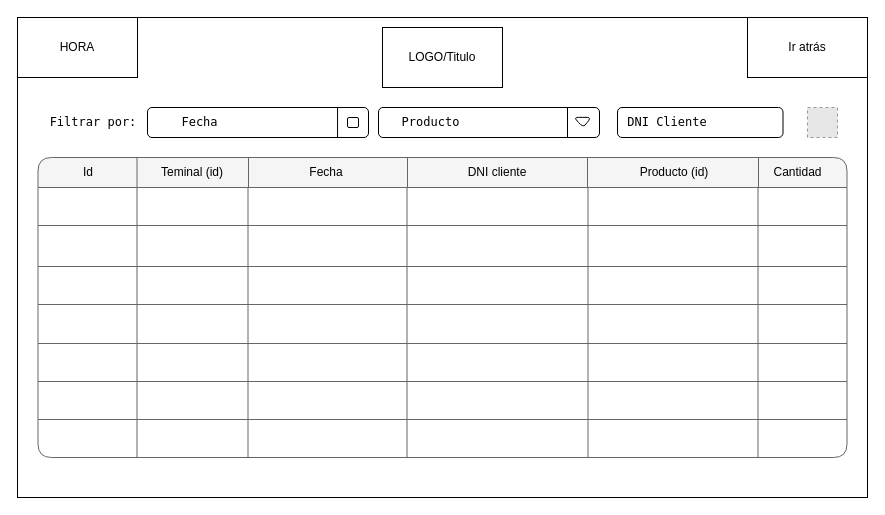
This is page "Historial transacciones" (2 of 4) of docs/UI_PR_CLI.drawio from Universidad-Europea/PharmSquare, a draw.io file, before an edit. Source tidied: cells renumbered, new cells numbered last; positions are measured from the earlier drawing's top-left corner, leaving out a move shared by most shapes. Both pictures are drawn from the tidied source at 100%, with x=0, y=0 at pixel (17, 17). Pictures stored in the file or linked from it are replaced by grey dashed boxes.
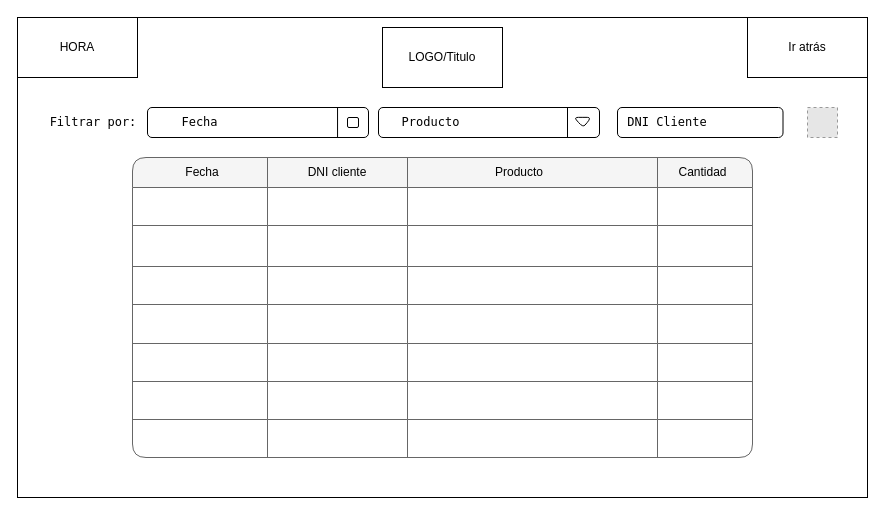
The same diagram, later.

What changed in the source:
```diff
@@
     <mxCell id="6" style="shape=table;startSize=30;childLayout=tableLayout;fontStyle=1;align=center;rounded=1;fontColor=#333333;strokeColor=#666666;strokeWidth=1;fillColor=#f5f5f5;" parent="1" vertex="1">
-      <mxGeometry x="20.5" y="140" width="809" height="300" as="geometry" />
+      <mxGeometry x="115" y="140" width="620" height="300" as="geometry" />
     </mxCell>
     <mxCell id="7" style="shape=tableRow;horizontal=0;startSize=0;swimlaneHead=0;swimlaneBody=0;top=0;left=0;bottom=0;right=0;fillColor=none;rounded=1;fontColor=#000000;strokeColor=#000000;strokeWidth=1;" parent="6" vertex="1">
-      <mxGeometry y="30" width="809" height="38" as="geometry" />
+      <mxGeometry y="30" width="620" height="38" as="geometry" />
     </mxCell>
     <mxCell id="8" style="shape=partialRectangle;html=1;whiteSpace=wrap;fillColor=none;top=0;left=0;bottom=0;right=0;overflow=hidden;rounded=1;fontColor=#000000;strokeColor=#000000;strokeWidth=1;" parent="7" vertex="1">
-      <mxGeometry width="99" height="38" as="geometry" />
+      <mxGeometry width="135" height="38" as="geometry" />
     </mxCell>
     <mxCell id="9" style="shape=partialRectangle;html=1;whiteSpace=wrap;fillColor=none;top=0;left=0;bottom=0;right=0;overflow=hidden;rounded=1;fontColor=#000000;strokeColor=#000000;strokeWidth=1;" parent="7" vertex="1">
-      <mxGeometry x="99" width="111" height="38" as="geometry" />
+      <mxGeometry x="135" width="140" height="38" as="geometry" />
     </mxCell>
     <mxCell id="10" style="shape=partialRectangle;html=1;whiteSpace=wrap;fillColor=none;top=0;left=0;bottom=0;right=0;overflow=hidden;rounded=1;fontColor=#000000;strokeColor=#000000;strokeWidth=1;" parent="7" vertex="1">
-      <mxGeometry x="210" width="159" height="38" as="geometry" />
+      <mxGeometry x="275" width="250" height="38" as="geometry" />
     </mxCell>
     <mxCell id="11" style="shape=partialRectangle;html=1;whiteSpace=wrap;fillColor=none;top=0;left=0;bottom=0;right=0;overflow=hidden;rounded=1;fontColor=#000000;strokeColor=#000000;strokeWidth=1;" parent="7" vertex="1">
-      <mxGeometry x="369" width="181" height="38" as="geometry" />
+      <mxGeometry x="525" width="95" height="38" as="geometry" />
     </mxCell>
-    <mxCell id="12" style="shape=partialRectangle;html=1;whiteSpace=wrap;fillColor=none;top=0;left=0;bottom=0;right=0;overflow=hidden;rounded=1;fontColor=#000000;strokeColor=#000000;strokeWidth=1;" parent="7" vertex="1">
-      <mxGeometry x="550" width="170" height="38" as="geometry" />
-    </mxCell>
-    <mxCell id="13" style="shape=partialRectangle;html=1;whiteSpace=wrap;fillColor=none;top=0;left=0;bottom=0;right=0;overflow=hidden;rounded=1;fontColor=#000000;strokeColor=#000000;strokeWidth=1;" parent="7" vertex="1">
-      <mxGeometry x="720" width="89" height="38" as="geometry" />
-    </mxCell>
     <mxCell id="14" style="shape=tableRow;horizontal=0;startSize=0;swimlaneHead=0;swimlaneBody=0;top=0;left=0;bottom=0;right=0;fillColor=none;rounded=1;fontColor=#000000;strokeColor=#000000;strokeWidth=1;" parent="6" vertex="1">
-      <mxGeometry y="68" width="809" height="41" as="geometry" />
+      <mxGeometry y="68" width="620" height="41" as="geometry" />
     </mxCell>
     <mxCell id="15" style="shape=partialRectangle;html=1;whiteSpace=wrap;fillColor=none;top=0;left=0;bottom=0;right=0;overflow=hidden;rounded=1;fontColor=#000000;strokeColor=#000000;strokeWidth=1;" parent="14" vertex="1">
-      <mxGeometry width="99" height="41" as="geometry" />
+      <mxGeometry width="135" height="41" as="geometry" />
     </mxCell>
     <mxCell id="16" style="shape=partialRectangle;html=1;whiteSpace=wrap;fillColor=none;top=0;left=0;bottom=0;right=0;overflow=hidden;rounded=1;fontColor=#000000;strokeColor=#000000;strokeWidth=1;" parent="14" vertex="1">
-      <mxGeometry x="99" width="111" height="41" as="geometry" />
+      <mxGeometry x="135" width="140" height="41" as="geometry" />
     </mxCell>
     <mxCell id="17" style="shape=partialRectangle;html=1;whiteSpace=wrap;fillColor=none;top=0;left=0;bottom=0;right=0;overflow=hidden;rounded=1;fontColor=#000000;strokeColor=#000000;strokeWidth=1;" parent="14" vertex="1">
-      <mxGeometry x="210" width="159" height="41" as="geometry" />
+      <mxGeometry x="275" width="250" height="41" as="geometry" />
     </mxCell>
     <mxCell id="18" style="shape=partialRectangle;html=1;whiteSpace=wrap;fillColor=none;top=0;left=0;bottom=0;right=0;overflow=hidden;rounded=1;fontColor=#000000;strokeColor=#000000;strokeWidth=1;" parent="14" vertex="1">
-      <mxGeometry x="369" width="181" height="41" as="geometry" />
+      <mxGeometry x="525" width="95" height="41" as="geometry" />
     </mxCell>
-    <mxCell id="19" style="shape=partialRectangle;html=1;whiteSpace=wrap;fillColor=none;top=0;left=0;bottom=0;right=0;overflow=hidden;rounded=1;fontColor=#000000;strokeColor=#000000;strokeWidth=1;" parent="14" vertex="1">
-      <mxGeometry x="550" width="170" height="41" as="geometry" />
-    </mxCell>
-    <mxCell id="20" style="shape=partialRectangle;html=1;whiteSpace=wrap;fillColor=none;top=0;left=0;bottom=0;right=0;overflow=hidden;rounded=1;fontColor=#000000;strokeColor=#000000;strokeWidth=1;" parent="14" vertex="1">
-      <mxGeometry x="720" width="89" height="41" as="geometry" />
-    </mxCell>
     <mxCell id="21" style="shape=tableRow;horizontal=0;startSize=0;swimlaneHead=0;swimlaneBody=0;top=0;left=0;bottom=0;right=0;fillColor=none;rounded=1;fontColor=#000000;strokeColor=#000000;strokeWidth=1;" parent="6" vertex="1">
-      <mxGeometry y="109" width="809" height="38" as="geometry" />
+      <mxGeometry y="109" width="620" height="38" as="geometry" />
     </mxCell>
     <mxCell id="22" style="shape=partialRectangle;html=1;whiteSpace=wrap;fillColor=none;top=0;left=0;bottom=0;right=0;overflow=hidden;rounded=1;fontColor=#000000;strokeColor=#000000;strokeWidth=1;" parent="21" vertex="1">
-      <mxGeometry width="99" height="38" as="geometry" />
+      <mxGeometry width="135" height="38" as="geometry" />
     </mxCell>
     <mxCell id="23" style="shape=partialRectangle;html=1;whiteSpace=wrap;fillColor=none;top=0;left=0;bottom=0;right=0;overflow=hidden;rounded=1;fontColor=#000000;strokeColor=#000000;strokeWidth=1;" parent="21" vertex="1">
-      <mxGeometry x="99" width="111" height="38" as="geometry" />
+      <mxGeometry x="135" width="140" height="38" as="geometry" />
     </mxCell>
     <mxCell id="24" style="shape=partialRectangle;html=1;whiteSpace=wrap;fillColor=none;top=0;left=0;bottom=0;right=0;overflow=hidden;rounded=1;fontColor=#000000;strokeColor=#000000;strokeWidth=1;" parent="21" vertex="1">
-      <mxGeometry x="210" width="159" height="38" as="geometry" />
+      <mxGeometry x="275" width="250" height="38" as="geometry" />
     </mxCell>
     <mxCell id="25" style="shape=partialRectangle;html=1;whiteSpace=wrap;fillColor=none;top=0;left=0;bottom=0;right=0;overflow=hidden;rounded=1;fontColor=#000000;strokeColor=#000000;strokeWidth=1;" parent="21" vertex="1">
-      <mxGeometry x="369" width="181" height="38" as="geometry" />
+      <mxGeometry x="525" width="95" height="38" as="geometry" />
     </mxCell>
-    <mxCell id="26" style="shape=partialRectangle;html=1;whiteSpace=wrap;fillColor=none;top=0;left=0;bottom=0;right=0;overflow=hidden;rounded=1;fontColor=#000000;strokeColor=#000000;strokeWidth=1;" parent="21" vertex="1">
-      <mxGeometry x="550" width="170" height="38" as="geometry" />
-    </mxCell>
-    <mxCell id="27" style="shape=partialRectangle;html=1;whiteSpace=wrap;fillColor=none;top=0;left=0;bottom=0;right=0;overflow=hidden;rounded=1;fontColor=#000000;strokeColor=#000000;strokeWidth=1;" parent="21" vertex="1">
-      <mxGeometry x="720" width="89" height="38" as="geometry" />
-    </mxCell>
     <mxCell id="28" style="shape=tableRow;horizontal=0;startSize=0;swimlaneHead=0;swimlaneBody=0;top=0;left=0;bottom=0;right=0;fillColor=none;rounded=1;fontColor=#000000;strokeColor=#000000;strokeWidth=1;" parent="6" vertex="1">
-      <mxGeometry y="147" width="809" height="39" as="geometry" />
+      <mxGeometry y="147" width="620" height="39" as="geometry" />
     </mxCell>
     <mxCell id="29" style="shape=partialRectangle;html=1;whiteSpace=wrap;fillColor=none;top=0;left=0;bottom=0;right=0;overflow=hidden;rounded=1;fontColor=#000000;strokeColor=#000000;strokeWidth=1;" parent="28" vertex="1">
-      <mxGeometry width="99" height="39" as="geometry" />
+      <mxGeometry width="135" height="39" as="geometry" />
     </mxCell>
     <mxCell id="30" style="shape=partialRectangle;html=1;whiteSpace=wrap;fillColor=none;top=0;left=0;bottom=0;right=0;overflow=hidden;rounded=1;fontColor=#000000;strokeColor=#000000;strokeWidth=1;" parent="28" vertex="1">
-      <mxGeometry x="99" width="111" height="39" as="geometry" />
+      <mxGeometry x="135" width="140" height="39" as="geometry" />
     </mxCell>
     <mxCell id="31" style="shape=partialRectangle;html=1;whiteSpace=wrap;fillColor=none;top=0;left=0;bottom=0;right=0;overflow=hidden;rounded=1;fontColor=#000000;strokeColor=#000000;strokeWidth=1;" parent="28" vertex="1">
-      <mxGeometry x="210" width="159" height="39" as="geometry" />
+      <mxGeometry x="275" width="250" height="39" as="geometry" />
     </mxCell>
     <mxCell id="32" style="shape=partialRectangle;html=1;whiteSpace=wrap;fillColor=none;top=0;left=0;bottom=0;right=0;overflow=hidden;rounded=1;fontColor=#000000;strokeColor=#000000;strokeWidth=1;" parent="28" vertex="1">
-      <mxGeometry x="369" width="181" height="39" as="geometry" />
+      <mxGeometry x="525" width="95" height="39" as="geometry" />
     </mxCell>
-    <mxCell id="33" style="shape=partialRectangle;html=1;whiteSpace=wrap;fillColor=none;top=0;left=0;bottom=0;right=0;overflow=hidden;rounded=1;fontColor=#000000;strokeColor=#000000;strokeWidth=1;" parent="28" vertex="1">
-      <mxGeometry x="550" width="170" height="39" as="geometry" />
-    </mxCell>
-    <mxCell id="34" style="shape=partialRectangle;html=1;whiteSpace=wrap;fillColor=none;top=0;left=0;bottom=0;right=0;overflow=hidden;rounded=1;fontColor=#000000;strokeColor=#000000;strokeWidth=1;" parent="28" vertex="1">
-      <mxGeometry x="720" width="89" height="39" as="geometry" />
-    </mxCell>
     <mxCell id="35" style="shape=tableRow;horizontal=0;startSize=0;swimlaneHead=0;swimlaneBody=0;top=0;left=0;bottom=0;right=0;fillColor=none;rounded=1;fontColor=#000000;strokeColor=#000000;strokeWidth=1;" parent="6" vertex="1">
-      <mxGeometry y="186" width="809" height="38" as="geometry" />
+      <mxGeometry y="186" width="620" height="38" as="geometry" />
     </mxCell>
     <mxCell id="36" style="shape=partialRectangle;html=1;whiteSpace=wrap;fillColor=none;top=0;left=0;bottom=0;right=0;overflow=hidden;rounded=1;fontColor=#000000;strokeColor=#000000;strokeWidth=1;" parent="35" vertex="1">
-      <mxGeometry width="99" height="38" as="geometry" />
+      <mxGeometry width="135" height="38" as="geometry" />
     </mxCell>
     <mxCell id="37" style="shape=partialRectangle;html=1;whiteSpace=wrap;fillColor=none;top=0;left=0;bottom=0;right=0;overflow=hidden;rounded=1;fontColor=#000000;strokeColor=#000000;strokeWidth=1;" parent="35" vertex="1">
-      <mxGeometry x="99" width="111" height="38" as="geometry" />
+      <mxGeometry x="135" width="140" height="38" as="geometry" />
     </mxCell>
     <mxCell id="38" style="shape=partialRectangle;html=1;whiteSpace=wrap;fillColor=none;top=0;left=0;bottom=0;right=0;overflow=hidden;rounded=1;fontColor=#000000;strokeColor=#000000;strokeWidth=1;" parent="35" vertex="1">
-      <mxGeometry x="210" width="159" height="38" as="geometry" />
+      <mxGeometry x="275" width="250" height="38" as="geometry" />
     </mxCell>
     <mxCell id="39" style="shape=partialRectangle;html=1;whiteSpace=wrap;fillColor=none;top=0;left=0;bottom=0;right=0;overflow=hidden;rounded=1;fontColor=#000000;strokeColor=#000000;strokeWidth=1;" parent="35" vertex="1">
-      <mxGeometry x="369" width="181" height="38" as="geometry" />
+      <mxGeometry x="525" width="95" height="38" as="geometry" />
     </mxCell>
-    <mxCell id="40" style="shape=partialRectangle;html=1;whiteSpace=wrap;fillColor=none;top=0;left=0;bottom=0;right=0;overflow=hidden;rounded=1;fontColor=#000000;strokeColor=#000000;strokeWidth=1;" parent="35" vertex="1">
-      <mxGeometry x="550" width="170" height="38" as="geometry" />
-    </mxCell>
-    <mxCell id="41" style="shape=partialRectangle;html=1;whiteSpace=wrap;fillColor=none;top=0;left=0;bottom=0;right=0;overflow=hidden;rounded=1;fontColor=#000000;strokeColor=#000000;strokeWidth=1;" parent="35" vertex="1">
-      <mxGeometry x="720" width="89" height="38" as="geometry" />
-    </mxCell>
     <mxCell id="42" style="shape=tableRow;horizontal=0;startSize=0;swimlaneHead=0;swimlaneBody=0;top=0;left=0;bottom=0;right=0;fillColor=none;rounded=1;fontColor=#000000;strokeColor=#000000;strokeWidth=1;" parent="6" vertex="1">
-      <mxGeometry y="224" width="809" height="38" as="geometry" />
+      <mxGeometry y="224" width="620" height="38" as="geometry" />
     </mxCell>
     <mxCell id="43" style="shape=partialRectangle;html=1;whiteSpace=wrap;fillColor=none;top=0;left=0;bottom=0;right=0;overflow=hidden;rounded=1;fontColor=#000000;strokeColor=#000000;strokeWidth=1;" parent="42" vertex="1">
-      <mxGeometry width="99" height="38" as="geometry" />
+      <mxGeometry width="135" height="38" as="geometry" />
     </mxCell>
     <mxCell id="44" style="shape=partialRectangle;html=1;whiteSpace=wrap;fillColor=none;top=0;left=0;bottom=0;right=0;overflow=hidden;rounded=1;fontColor=#000000;strokeColor=#000000;strokeWidth=1;" parent="42" vertex="1">
-      <mxGeometry x="99" width="111" height="38" as="geometry" />
+      <mxGeometry x="135" width="140" height="38" as="geometry" />
     </mxCell>
     <mxCell id="45" style="shape=partialRectangle;html=1;whiteSpace=wrap;fillColor=none;top=0;left=0;bottom=0;right=0;overflow=hidden;rounded=1;fontColor=#000000;strokeColor=#000000;strokeWidth=1;" parent="42" vertex="1">
-      <mxGeometry x="210" width="159" height="38" as="geometry" />
+      <mxGeometry x="275" width="250" height="38" as="geometry" />
     </mxCell>
     <mxCell id="46" style="shape=partialRectangle;html=1;whiteSpace=wrap;fillColor=none;top=0;left=0;bottom=0;right=0;overflow=hidden;rounded=1;fontColor=#000000;strokeColor=#000000;strokeWidth=1;" parent="42" vertex="1">
-      <mxGeometry x="369" width="181" height="38" as="geometry" />
+      <mxGeometry x="525" width="95" height="38" as="geometry" />
     </mxCell>
-    <mxCell id="47" style="shape=partialRectangle;html=1;whiteSpace=wrap;fillColor=none;top=0;left=0;bottom=0;right=0;overflow=hidden;rounded=1;fontColor=#000000;strokeColor=#000000;strokeWidth=1;" parent="42" vertex="1">
-      <mxGeometry x="550" width="170" height="38" as="geometry" />
-    </mxCell>
-    <mxCell id="48" style="shape=partialRectangle;html=1;whiteSpace=wrap;fillColor=none;top=0;left=0;bottom=0;right=0;overflow=hidden;rounded=1;fontColor=#000000;strokeColor=#000000;strokeWidth=1;" parent="42" vertex="1">
-      <mxGeometry x="720" width="89" height="38" as="geometry" />
-    </mxCell>
     <mxCell id="49" style="shape=tableRow;horizontal=0;startSize=0;swimlaneHead=0;swimlaneBody=0;top=0;left=0;bottom=0;right=0;fillColor=none;rounded=1;fontColor=#000000;strokeColor=#000000;strokeWidth=1;" parent="6" vertex="1">
-      <mxGeometry y="262" width="809" height="38" as="geometry" />
+      <mxGeometry y="262" width="620" height="38" as="geometry" />
     </mxCell>
     <mxCell id="50" style="shape=partialRectangle;html=1;whiteSpace=wrap;fillColor=none;top=0;left=0;bottom=0;right=0;overflow=hidden;rounded=1;fontColor=#000000;strokeColor=#000000;strokeWidth=1;" parent="49" vertex="1">
-      <mxGeometry width="99" height="38" as="geometry" />
+      <mxGeometry width="135" height="38" as="geometry" />
     </mxCell>
     <mxCell id="51" style="shape=partialRectangle;html=1;whiteSpace=wrap;fillColor=none;top=0;left=0;bottom=0;right=0;overflow=hidden;rounded=1;fontColor=#000000;strokeColor=#000000;strokeWidth=1;" parent="49" vertex="1">
-      <mxGeometry x="99" width="111" height="38" as="geometry" />
+      <mxGeometry x="135" width="140" height="38" as="geometry" />
     </mxCell>
     <mxCell id="52" style="shape=partialRectangle;html=1;whiteSpace=wrap;fillColor=none;top=0;left=0;bottom=0;right=0;overflow=hidden;rounded=1;fontColor=#000000;strokeColor=#000000;strokeWidth=1;" parent="49" vertex="1">
-      <mxGeometry x="210" width="159" height="38" as="geometry" />
+      <mxGeometry x="275" width="250" height="38" as="geometry" />
     </mxCell>
     <mxCell id="53" style="shape=partialRectangle;html=1;whiteSpace=wrap;fillColor=none;top=0;left=0;bottom=0;right=0;overflow=hidden;rounded=1;fontColor=#000000;strokeColor=#000000;strokeWidth=1;" parent="49" vertex="1">
-      <mxGeometry x="369" width="181" height="38" as="geometry" />
+      <mxGeometry x="525" width="95" height="38" as="geometry" />
     </mxCell>
-    <mxCell id="54" style="shape=partialRectangle;html=1;whiteSpace=wrap;fillColor=none;top=0;left=0;bottom=0;right=0;overflow=hidden;rounded=1;fontColor=#000000;strokeColor=#000000;strokeWidth=1;" parent="49" vertex="1">
-      <mxGeometry x="550" width="170" height="38" as="geometry" />
-    </mxCell>
-    <mxCell id="55" style="shape=partialRectangle;html=1;whiteSpace=wrap;fillColor=none;top=0;left=0;bottom=0;right=0;overflow=hidden;rounded=1;fontColor=#000000;strokeColor=#000000;strokeWidth=1;" parent="49" vertex="1">
-      <mxGeometry x="720" width="89" height="38" as="geometry" />
-    </mxCell>
-    <mxCell id="56" value="&lt;font color=&quot;#000000&quot;&gt;Id&lt;/font&gt;" style="text;html=1;align=center;verticalAlign=middle;whiteSpace=wrap;rounded=0;" parent="1" vertex="1">
-      <mxGeometry x="25.5" y="140" width="90" height="30" as="geometry" />
-    </mxCell>
-    <mxCell id="57" value="&lt;font color=&quot;#000000&quot;&gt;Teminal (id)&lt;/font&gt;" style="text;html=1;align=center;verticalAlign=middle;whiteSpace=wrap;rounded=0;" parent="1" vertex="1">
-      <mxGeometry x="125" y="140" width="100" height="30" as="geometry" />
-    </mxCell>
     <mxCell id="58" value="&lt;font color=&quot;#000000&quot;&gt;Fecha&lt;/font&gt;" style="text;html=1;align=center;verticalAlign=middle;whiteSpace=wrap;rounded=0;" parent="1" vertex="1">
-      <mxGeometry x="244" y="140" width="130" height="30" as="geometry" />
+      <mxGeometry x="120" y="140" width="130" height="30" as="geometry" />
     </mxCell>
     <mxCell id="59" value="&lt;font color=&quot;#000000&quot;&gt;DNI cliente&lt;/font&gt;" style="text;html=1;align=center;verticalAlign=middle;whiteSpace=wrap;rounded=0;" parent="1" vertex="1">
-      <mxGeometry x="400" y="140" width="160" height="30" as="geometry" />
+      <mxGeometry x="240" y="140" width="160" height="30" as="geometry" />
     </mxCell>
-    <mxCell id="60" value="&lt;font color=&quot;#000000&quot;&gt;Producto (id)&lt;/font&gt;" style="text;html=1;align=center;verticalAlign=middle;whiteSpace=wrap;rounded=0;" parent="1" vertex="1">
-      <mxGeometry x="582" y="140" width="150" height="30" as="geometry" />
+    <mxCell id="60" value="&lt;font color=&quot;#000000&quot;&gt;Producto&lt;/font&gt;" style="text;html=1;align=center;verticalAlign=middle;whiteSpace=wrap;rounded=0;" parent="1" vertex="1">
+      <mxGeometry x="427" y="140" width="150" height="30" as="geometry" />
     </mxCell>
     <mxCell id="61" value="&lt;font color=&quot;#000000&quot;&gt;Cantidad&lt;/font&gt;" style="text;html=1;align=center;verticalAlign=middle;whiteSpace=wrap;rounded=0;" parent="1" vertex="1">
-      <mxGeometry x="730.5" y="140" width="99" height="30" as="geometry" />
+      <mxGeometry x="636" y="140" width="99" height="30" as="geometry" />
     </mxCell>
     <mxCell id="62" style="endArrow=none;html=1;rounded=0;fontColor=#000000;strokeColor=#666666;strokeWidth=1;fillColor=#f5f5f5;" parent="1" edge="1">
       <mxGeometry relative="1" as="geometry">
-        <mxPoint x="231" y="170" as="sourcePoint" />
-        <mxPoint x="231" y="140" as="targetPoint" />
+        <mxPoint x="390" y="170" as="sourcePoint" />
+        <mxPoint x="390" y="140" as="targetPoint" />
       </mxGeometry>
     </mxCell>
     <mxCell id="63" style="endArrow=none;html=1;rounded=0;fontColor=#000000;strokeColor=#666666;strokeWidth=1;fillColor=#f5f5f5;" parent="1" edge="1">
       <mxGeometry relative="1" as="geometry">
-        <mxPoint x="119.5" y="170" as="sourcePoint" />
-        <mxPoint x="119.5" y="140" as="targetPoint" />
+        <mxPoint x="250" y="170" as="sourcePoint" />
+        <mxPoint x="250" y="140" as="targetPoint" />
       </mxGeometry>
     </mxCell>
     <mxCell id="64" style="endArrow=none;html=1;rounded=0;fontColor=#000000;strokeColor=#666666;strokeWidth=1;fillColor=#f5f5f5;" parent="1" edge="1">
       <mxGeometry relative="1" as="geometry">
-        <mxPoint x="390" y="170" as="sourcePoint" />
-        <mxPoint x="390" y="140" as="targetPoint" />
+        <mxPoint x="640" y="170" as="sourcePoint" />
+        <mxPoint x="640" y="140" as="targetPoint" />
       </mxGeometry>
     </mxCell>
-    <mxCell id="65" style="endArrow=none;html=1;rounded=0;fontColor=#000000;strokeColor=#666666;strokeWidth=1;fillColor=#f5f5f5;" parent="1" edge="1">
-      <mxGeometry relative="1" as="geometry">
-        <mxPoint x="570" y="170" as="sourcePoint" />
-        <mxPoint x="570" y="140" as="targetPoint" />
-      </mxGeometry>
-    </mxCell>
-    <mxCell id="66" style="endArrow=none;html=1;rounded=0;fontColor=#000000;strokeColor=#666666;strokeWidth=1;fillColor=#f5f5f5;" parent="1" edge="1">
-      <mxGeometry relative="1" as="geometry">
-        <mxPoint x="741" y="170" as="sourcePoint" />
-        <mxPoint x="741" y="140" as="targetPoint" />
-      </mxGeometry>
-    </mxCell>
```
